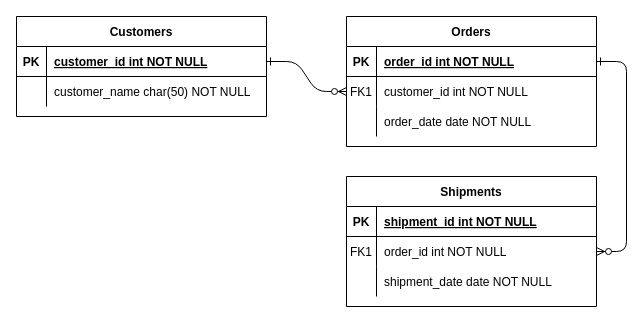
atodev/DataEng keeps this draw.io diagram as Untitled Diagram.drawio. Above is the earlier version. Source tidied: cells renumbered, new cells numbered last; positions are measured from the earlier drawing's top-left corner, leaving out a move shared by most shapes. Both pictures are drawn from the tidied source at 100%, with x=0, y=0 at pixel (16, 16).
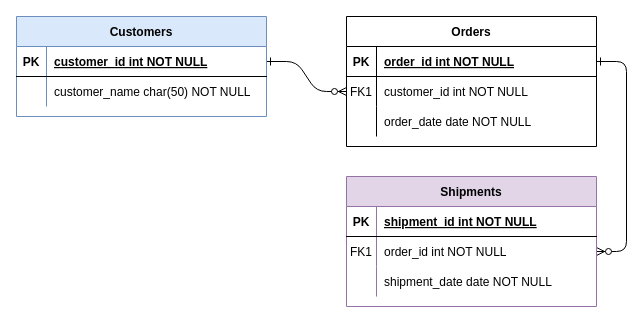
Above is the later version.

What changed in the source:
```diff
@@
-    <mxCell id="14" value="Shipments" style="shape=table;startSize=30;childLayout=tableLayout;rowLines=0;fontStyle=1;align=center;" parent="1" vertex="1">
+    <mxCell id="14" value="Shipments" style="shape=table;startSize=30;childLayout=tableLayout;rowLines=0;fontStyle=1;align=center;fillColor=#e1d5e7;strokeColor=#9673a6;" parent="1" vertex="1">
       <mxGeometry x="330" y="160" width="250" height="130" as="geometry" />
     </mxCell>
@@
-    <mxCell id="24" value="Customers" style="shape=table;startSize=30;childLayout=tableLayout;rowLines=0;fontStyle=1;align=center;" parent="1" vertex="1">
+    <mxCell id="24" value="Customers" style="shape=table;startSize=30;childLayout=tableLayout;rowLines=0;fontStyle=1;align=center;fillColor=#dae8fc;strokeColor=#6c8ebf;" parent="1" vertex="1">
       <mxGeometry width="250" height="100" as="geometry" />
     </mxCell>
```
